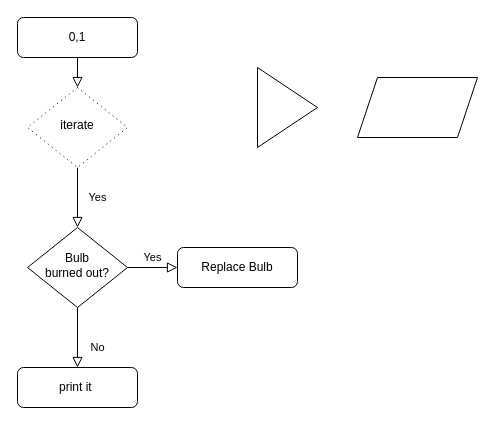
abhijithabhiakl/Draw.io keeps this draw.io diagram as flowcharts.drawio. Above is the earlier version. Source tidied: cells renumbered, new cells numbered last; positions are measured from the earlier drawing's top-left corner, leaving out a move shared by most shapes. Both pictures are drawn from the tidied source at 100%, with x=0, y=0 at pixel (17, 17).
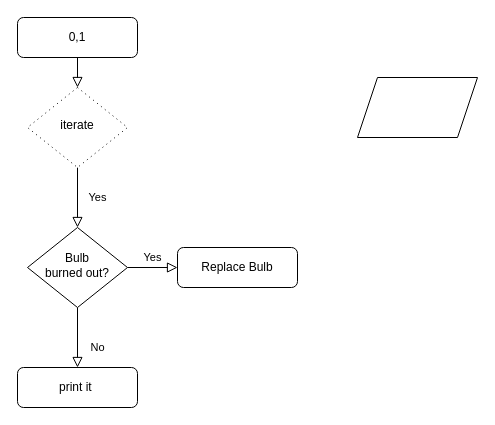
The same diagram, later.

Change to the diagram source:
```diff
@@
 <mxGraphModel>
   <root>
     <mxCell id="0" />
     <mxCell id="1" parent="0" />
     <mxCell id="2" style="rounded=0;html=1;jettySize=auto;fontSize=11;endArrow=block;endFill=0;endSize=8;strokeWidth=1;shadow=0;labelBackgroundColor=none;edgeStyle=orthogonalEdgeStyle;" parent="1" edge="1" source="3" target="5">
       <mxGeometry relative="1" as="geometry" />
     </mxCell>
     <mxCell id="3" value="0,1" style="rounded=1;whiteSpace=wrap;html=1;fontSize=12;glass=0;strokeWidth=1;shadow=0;" parent="1" vertex="1">
       <mxGeometry width="120" height="40" as="geometry" />
     </mxCell>
     <mxCell id="4" value="Yes" style="rounded=0;html=1;jettySize=auto;fontSize=11;endArrow=block;endFill=0;endSize=8;strokeWidth=1;shadow=0;labelBackgroundColor=none;edgeStyle=orthogonalEdgeStyle;" parent="1" edge="1" source="5" target="8">
       <mxGeometry y="20" relative="1" as="geometry" />
     </mxCell>
     <mxCell id="5" value="iterate" style="rhombus;whiteSpace=wrap;html=1;shadow=0;fontFamily=Helvetica;fontSize=12;align=center;strokeWidth=1;spacing=6;spacingTop=-4;dashed=1;dashPattern=1 4;perimeterSpacing=0;" parent="1" vertex="1">
       <mxGeometry x="10" y="70" width="100" height="80" as="geometry" />
     </mxCell>
     <mxCell id="6" value="No" style="rounded=0;html=1;jettySize=auto;fontSize=11;endArrow=block;endFill=0;endSize=8;strokeWidth=1;shadow=0;labelBackgroundColor=none;edgeStyle=orthogonalEdgeStyle;" parent="1" edge="1" source="8" target="9">
       <mxGeometry x="0.33" y="20" relative="1" as="geometry" />
     </mxCell>
     <mxCell id="7" value="Yes" style="edgeStyle=orthogonalEdgeStyle;rounded=0;html=1;jettySize=auto;fontSize=11;endArrow=block;endFill=0;endSize=8;strokeWidth=1;shadow=0;labelBackgroundColor=none;" parent="1" edge="1" source="8" target="10">
       <mxGeometry y="10" relative="1" as="geometry" />
     </mxCell>
     <mxCell id="8" value="Bulb&lt;br&gt;burned out?" style="rhombus;whiteSpace=wrap;html=1;shadow=0;fontFamily=Helvetica;fontSize=12;align=center;strokeWidth=1;spacing=6;spacingTop=-4;" parent="1" vertex="1">
       <mxGeometry x="10" y="210" width="100" height="80" as="geometry" />
     </mxCell>
     <mxCell id="9" value="print it&amp;nbsp;" style="rounded=1;whiteSpace=wrap;html=1;fontSize=12;glass=0;strokeWidth=1;shadow=0;" parent="1" vertex="1">
       <mxGeometry y="350" width="120" height="40" as="geometry" />
     </mxCell>
     <mxCell id="10" value="Replace Bulb" style="rounded=1;whiteSpace=wrap;html=1;fontSize=12;glass=0;strokeWidth=1;shadow=0;" parent="1" vertex="1">
       <mxGeometry x="160" y="230" width="120" height="40" as="geometry" />
     </mxCell>
-    <mxCell id="11" style="triangle;whiteSpace=wrap;html=1;" parent="1" vertex="1">
-      <mxGeometry x="240" y="50" width="60" height="80" as="geometry" />
-    </mxCell>
     <mxCell id="12" style="shape=parallelogram;perimeter=parallelogramPerimeter;whiteSpace=wrap;html=1;fixedSize=1;" parent="1" vertex="1">
       <mxGeometry x="340" y="60" width="120" height="60" as="geometry" />
     </mxCell>
   </root>
 </mxGraphModel>
```
